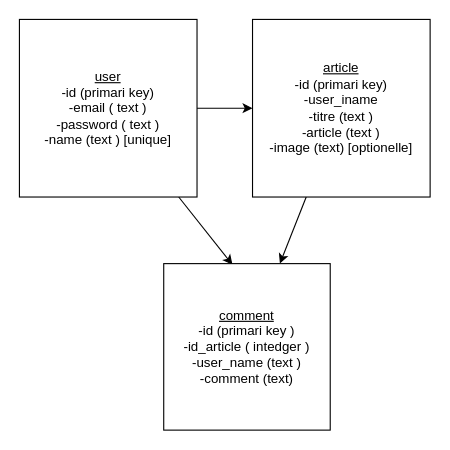
Above: db.dio in AnthonyVanDeyck/Blog_back_end (draw.io), before the change. Source tidied: cells renumbered, new cells numbered last; positions are measured from the earlier drawing's top-left corner, leaving out a move shared by most shapes. Both pictures are drawn from the tidied source at 111%, with x=0, y=0 at pixel (19, 19).
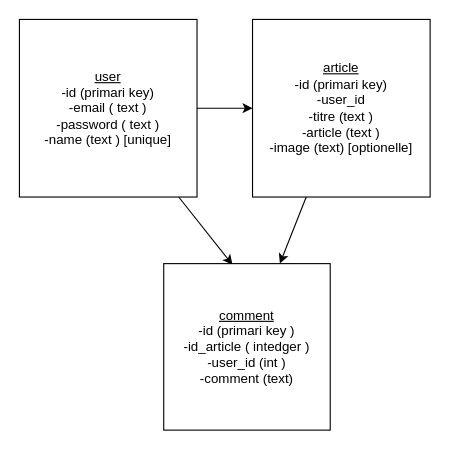
Above is the later version.

Change to the diagram source:
```diff
@@
 <mxGraphModel>
   <root>
     <mxCell id="0" />
     <mxCell id="1" parent="0" />
     <mxCell id="2" style="edgeStyle=none;html=1;entryX=0.413;entryY=0.007;entryDx=0;entryDy=0;entryPerimeter=0;" parent="1" edge="1" source="4" target="7">
       <mxGeometry relative="1" as="geometry" />
     </mxCell>
     <mxCell id="3" style="edgeStyle=none;html=1;" parent="1" edge="1" source="4" target="6">
       <mxGeometry relative="1" as="geometry" />
     </mxCell>
     <mxCell id="4" value="&lt;u&gt;user&lt;/u&gt;&lt;br&gt;-id (primari key)&lt;br&gt;-email ( text )&lt;br&gt;-password ( text )&lt;br&gt;-name (text ) [unique]" style="whiteSpace=wrap;html=1;" parent="1" vertex="1">
       <mxGeometry width="160" height="160" as="geometry" />
     </mxCell>
     <mxCell id="5" style="edgeStyle=none;html=1;" parent="1" edge="1" source="6" target="7">
       <mxGeometry relative="1" as="geometry" />
     </mxCell>
-    <mxCell id="6" value="&lt;u&gt;article&lt;/u&gt;&lt;br&gt;-id (primari key)&lt;br&gt;-user_iname&lt;br&gt;-titre (text )&lt;br&gt;-article (text )&lt;br&gt;-image (text) [optionelle]" style="whiteSpace=wrap;html=1;" parent="1" vertex="1">
+    <mxCell id="6" value="&lt;u&gt;article&lt;/u&gt;&lt;br&gt;-id (primari key)&lt;br&gt;-user_id&lt;br&gt;-titre (text )&lt;br&gt;-article (text )&lt;br&gt;-image (text) [optionelle]" style="whiteSpace=wrap;html=1;" parent="1" vertex="1">
       <mxGeometry x="210" width="160" height="160" as="geometry" />
     </mxCell>
-    <mxCell id="7" value="&lt;u&gt;comment&lt;/u&gt;&lt;br&gt;-id (primari key )&lt;br&gt;-id_article ( intedger )&lt;br&gt;-user_name (text )&lt;br&gt;-comment (text)" style="whiteSpace=wrap;html=1;" parent="1" vertex="1">
+    <mxCell id="7" value="&lt;u&gt;comment&lt;/u&gt;&lt;br&gt;-id (primari key )&lt;br&gt;-id_article ( intedger )&lt;br&gt;-user_id (int )&lt;br&gt;-comment (text)" style="whiteSpace=wrap;html=1;" parent="1" vertex="1">
       <mxGeometry x="130" y="220" width="150" height="150" as="geometry" />
     </mxCell>
   </root>
 </mxGraphModel>
```
